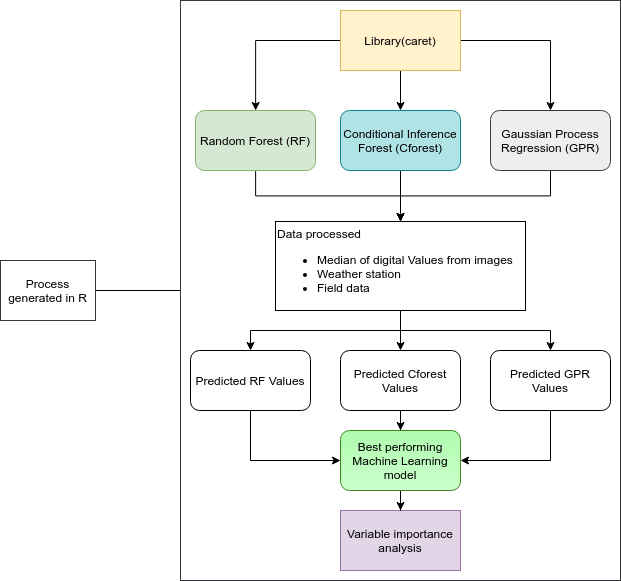
The draw.io diagram Plots/Thesis_R_flowchart.png in diegoalarc/Master_Thesis_EAGLE, before a commit. Source tidied: cells renumbered, new cells last; positions are measured from the earlier drawing's top-left corner, leaving out a move shared by most shapes. The source it was exported from:
```xml
<mxGraphModel>
  <root>
    <mxCell id="0" />
    <mxCell id="1" parent="0" />
    <mxCell id="2" style="edgeStyle=orthogonalEdgeStyle;rounded=0;jettySize=auto;html=1;entryX=0.5;entryY=0;entryDx=0;entryDy=0;strokeColor=#000000;" parent="1" edge="1" source="5" target="9">
      <mxGeometry relative="1" as="geometry" />
    </mxCell>
    <mxCell id="3" style="edgeStyle=orthogonalEdgeStyle;rounded=0;jettySize=auto;html=1;endArrow=classic;endFill=1;" parent="1" edge="1" source="5" target="7">
      <mxGeometry relative="1" as="geometry" />
    </mxCell>
    <mxCell id="4" style="edgeStyle=orthogonalEdgeStyle;rounded=0;jettySize=auto;html=1;entryX=0.5;entryY=0;entryDx=0;entryDy=0;endArrow=classic;endFill=1;" parent="1" edge="1" source="5" target="20">
      <mxGeometry relative="1" as="geometry" />
    </mxCell>
    <mxCell id="5" value="Library(caret)" style="rounded=0;whiteSpace=wrap;html=1;fillColor=#fff2cc;strokeColor=#d6b656;" parent="1" vertex="1">
      <mxGeometry x="340" y="10" width="120" height="60" as="geometry" />
    </mxCell>
    <mxCell id="6" style="edgeStyle=orthogonalEdgeStyle;rounded=0;jettySize=auto;html=1;endArrow=classic;endFill=1;" parent="1" edge="1" source="7" target="13">
      <mxGeometry relative="1" as="geometry" />
    </mxCell>
    <mxCell id="7" value="Random Forest (RF)" style="rounded=1;whiteSpace=wrap;html=1;fillColor=#d5e8d4;strokeColor=#82b366;" parent="1" vertex="1">
      <mxGeometry x="195" y="110" width="120" height="60" as="geometry" />
    </mxCell>
    <mxCell id="8" style="edgeStyle=orthogonalEdgeStyle;rounded=0;jettySize=auto;html=1;endArrow=classic;endFill=1;" parent="1" edge="1" source="9" target="13">
      <mxGeometry relative="1" as="geometry" />
    </mxCell>
    <mxCell id="9" value="Conditional Inference Forest (Cforest)" style="rounded=1;whiteSpace=wrap;html=1;fillColor=#b0e3e6;strokeColor=#0e8088;" parent="1" vertex="1">
      <mxGeometry x="340" y="110" width="120" height="60" as="geometry" />
    </mxCell>
    <mxCell id="10" style="edgeStyle=orthogonalEdgeStyle;rounded=0;jettySize=auto;html=1;endArrow=classic;endFill=1;" parent="1" edge="1" source="13" target="15">
      <mxGeometry relative="1" as="geometry" />
    </mxCell>
    <mxCell id="11" style="edgeStyle=orthogonalEdgeStyle;rounded=0;jettySize=auto;html=1;endArrow=classic;endFill=1;" parent="1" edge="1" source="13" target="22">
      <mxGeometry relative="1" as="geometry" />
    </mxCell>
    <mxCell id="12" style="edgeStyle=orthogonalEdgeStyle;rounded=0;jettySize=auto;html=1;entryX=0.5;entryY=0;entryDx=0;entryDy=0;endArrow=classic;endFill=1;" parent="1" edge="1" source="13" target="17">
      <mxGeometry relative="1" as="geometry" />
    </mxCell>
    <mxCell id="13" value="Data processed &lt;br&gt;&lt;ul&gt;&lt;li&gt;Median of digital Values from images&lt;/li&gt;&lt;li&gt;Weather station&lt;/li&gt;&lt;li&gt;Field data&lt;/li&gt;&lt;/ul&gt;" style="rounded=0;whiteSpace=wrap;html=1;align=left;" parent="1" vertex="1">
      <mxGeometry x="275" y="221" width="250" height="89" as="geometry" />
    </mxCell>
    <mxCell id="14" style="edgeStyle=orthogonalEdgeStyle;rounded=0;jettySize=auto;html=1;entryX=0;entryY=0.5;entryDx=0;entryDy=0;endArrow=classic;endFill=1;exitX=0.5;exitY=1;exitDx=0;exitDy=0;" parent="1" edge="1" source="15" target="24">
      <mxGeometry relative="1" as="geometry" />
    </mxCell>
    <mxCell id="15" value="&lt;span&gt;Predicted RF Values&lt;/span&gt;" style="rounded=1;whiteSpace=wrap;html=1;" parent="1" vertex="1">
      <mxGeometry x="190" y="350" width="120" height="60" as="geometry" />
    </mxCell>
    <mxCell id="16" style="edgeStyle=orthogonalEdgeStyle;rounded=0;jettySize=auto;html=1;endArrow=classic;endFill=1;entryX=1;entryY=0.5;entryDx=0;entryDy=0;" parent="1" edge="1" source="17" target="24">
      <mxGeometry relative="1" as="geometry">
        <Array as="points">
          <mxPoint x="550" y="460" />
        </Array>
      </mxGeometry>
    </mxCell>
    <mxCell id="17" value="Predicted GPR Values" style="rounded=1;whiteSpace=wrap;html=1;" parent="1" vertex="1">
      <mxGeometry x="490" y="350" width="120" height="60" as="geometry" />
    </mxCell>
    <mxCell id="18" value="Variable importance analysis" style="rounded=0;whiteSpace=wrap;html=1;strokeColor=#9673a6;fillColor=#e1d5e7;" parent="1" vertex="1">
      <mxGeometry x="340" y="510" width="120" height="60" as="geometry" />
    </mxCell>
    <mxCell id="19" style="edgeStyle=orthogonalEdgeStyle;rounded=0;jettySize=auto;html=1;endArrow=classic;endFill=1;" parent="1" edge="1" source="20" target="13">
      <mxGeometry relative="1" as="geometry" />
    </mxCell>
    <mxCell id="20" value="Gaussian Process Regression (GPR)" style="rounded=1;whiteSpace=wrap;html=1;fillColor=#eeeeee;strokeColor=#36393d;" parent="1" vertex="1">
      <mxGeometry x="490" y="110" width="120" height="60" as="geometry" />
    </mxCell>
    <mxCell id="21" style="edgeStyle=orthogonalEdgeStyle;rounded=0;jettySize=auto;html=1;endArrow=classic;endFill=1;" parent="1" edge="1" source="22" target="24">
      <mxGeometry relative="1" as="geometry" />
    </mxCell>
    <mxCell id="22" value="&lt;span&gt;Predicted Cforest Values&lt;/span&gt;" style="rounded=1;whiteSpace=wrap;html=1;" parent="1" vertex="1">
      <mxGeometry x="340" y="350" width="120" height="60" as="geometry" />
    </mxCell>
    <mxCell id="23" style="edgeStyle=orthogonalEdgeStyle;rounded=0;jettySize=auto;html=1;endArrow=classic;endFill=1;" parent="1" edge="1" source="24" target="18">
      <mxGeometry relative="1" as="geometry" />
    </mxCell>
    <mxCell id="24" value="&lt;span&gt;Best performing Machine Learning model&lt;/span&gt;" style="rounded=1;whiteSpace=wrap;html=1;strokeColor=#3C8821;fillColor=#B0FCB0;gradientColor=#CCFFCC;gradientDirection=south;align=center;verticalAlign=middle;" parent="1" vertex="1">
      <mxGeometry x="340" y="430" width="120" height="60" as="geometry" />
    </mxCell>
    <mxCell id="25" style="edgeStyle=orthogonalEdgeStyle;rounded=0;jettySize=auto;html=1;endArrow=none;endFill=0;" parent="1" edge="1" source="26" target="27">
      <mxGeometry relative="1" as="geometry" />
    </mxCell>
    <mxCell id="26" style="rounded=0;whiteSpace=wrap;html=1;strokeColor=#36393d;gradientDirection=south;align=right;verticalAlign=middle;fillColor=none;" parent="1" vertex="1">
      <mxGeometry x="180" width="440" height="580" as="geometry" />
    </mxCell>
    <mxCell id="27" value="Process generated in R" style="rounded=0;whiteSpace=wrap;html=1;strokeColor=#36393d;fillColor=none;gradientDirection=south;align=center;verticalAlign=middle;" parent="1" vertex="1">
      <mxGeometry y="260" width="95" height="60" as="geometry" />
    </mxCell>
  </root>
</mxGraphModel>
```
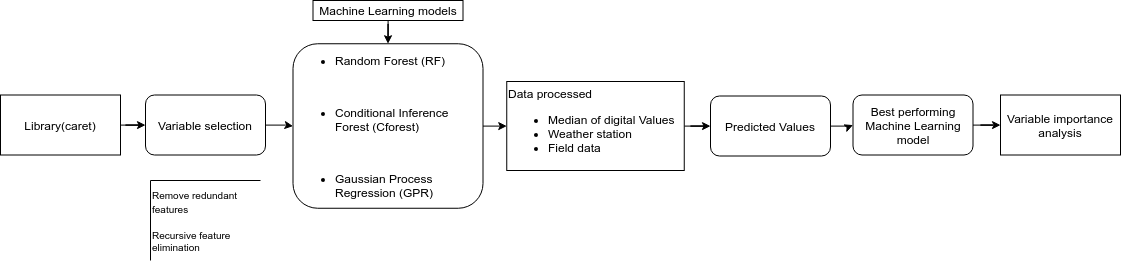
After the commit.

Change to the diagram source:
```diff
@@ -2,87 +2,53 @@
   <root>
     <mxCell id="0" />
     <mxCell id="1" parent="0" />
-    <mxCell id="2" style="edgeStyle=orthogonalEdgeStyle;rounded=0;jettySize=auto;html=1;entryX=0.5;entryY=0;entryDx=0;entryDy=0;strokeColor=#000000;" parent="1" edge="1" source="5" target="9">
+    <mxCell id="2" style="edgeStyle=orthogonalEdgeStyle;rounded=0;jettySize=auto;html=1;" parent="1" edge="1" source="3" target="14">
       <mxGeometry relative="1" as="geometry" />
     </mxCell>
-    <mxCell id="3" style="edgeStyle=orthogonalEdgeStyle;rounded=0;jettySize=auto;html=1;endArrow=classic;endFill=1;" parent="1" edge="1" source="5" target="7">
-      <mxGeometry relative="1" as="geometry" />
+    <mxCell id="3" value="Library(caret)" style="rounded=0;whiteSpace=wrap;html=1;" parent="1" vertex="1">
+      <mxGeometry x="-180" y="314.5" width="120" height="60" as="geometry" />
     </mxCell>
-    <mxCell id="4" style="edgeStyle=orthogonalEdgeStyle;rounded=0;jettySize=auto;html=1;entryX=0.5;entryY=0;entryDx=0;entryDy=0;endArrow=classic;endFill=1;" parent="1" edge="1" source="5" target="20">
+    <mxCell id="4" style="edgeStyle=orthogonalEdgeStyle;rounded=0;jettySize=auto;html=1;" parent="1" edge="1" source="5" target="7">
       <mxGeometry relative="1" as="geometry" />
     </mxCell>
-    <mxCell id="5" value="Library(caret)" style="rounded=0;whiteSpace=wrap;html=1;fillColor=#fff2cc;strokeColor=#d6b656;" parent="1" vertex="1">
-      <mxGeometry x="340" y="10" width="120" height="60" as="geometry" />
+    <mxCell id="5" value="&lt;ul&gt;&lt;li&gt;&lt;span&gt;Random Forest (RF)&lt;/span&gt;&lt;/li&gt;&lt;/ul&gt;&lt;br&gt;&lt;ul&gt;&lt;li&gt;&lt;span&gt;Conditional Inference Forest (Cforest)&lt;/span&gt;&lt;/li&gt;&lt;/ul&gt;&lt;br&gt;&lt;ul&gt;&lt;li&gt;&lt;span&gt;Gaussian Process Regression (GPR)&lt;/span&gt;&lt;/li&gt;&lt;/ul&gt;" style="rounded=1;whiteSpace=wrap;html=1;align=left;" parent="1" vertex="1">
+      <mxGeometry x="112.5" y="263.2" width="190" height="164.5" as="geometry" />
     </mxCell>
-    <mxCell id="6" style="edgeStyle=orthogonalEdgeStyle;rounded=0;jettySize=auto;html=1;endArrow=classic;endFill=1;" parent="1" edge="1" source="7" target="13">
+    <mxCell id="6" style="edgeStyle=orthogonalEdgeStyle;rounded=0;jettySize=auto;html=1;" parent="1" edge="1" source="7" target="10">
       <mxGeometry relative="1" as="geometry" />
     </mxCell>
-    <mxCell id="7" value="Random Forest (RF)" style="rounded=1;whiteSpace=wrap;html=1;fillColor=#d5e8d4;strokeColor=#82b366;" parent="1" vertex="1">
-      <mxGeometry x="195" y="110" width="120" height="60" as="geometry" />
+    <mxCell id="7" value="Data processed &lt;br&gt;&lt;ul&gt;&lt;li&gt;Median of digital Values&lt;/li&gt;&lt;li&gt;Weather station&lt;/li&gt;&lt;li&gt;Field data&lt;/li&gt;&lt;/ul&gt;" style="rounded=0;whiteSpace=wrap;html=1;align=left;" parent="1" vertex="1">
+      <mxGeometry x="326.2" y="301" width="177.5" height="89" as="geometry" />
     </mxCell>
-    <mxCell id="8" style="edgeStyle=orthogonalEdgeStyle;rounded=0;jettySize=auto;html=1;endArrow=classic;endFill=1;" parent="1" edge="1" source="9" target="13">
-      <mxGeometry relative="1" as="geometry" />
+    <mxCell id="8" value="Variable importance analysis" style="rounded=0;whiteSpace=wrap;html=1;" parent="1" vertex="1">
+      <mxGeometry x="820" y="314.5" width="120" height="60" as="geometry" />
     </mxCell>
-    <mxCell id="9" value="Conditional Inference Forest (Cforest)" style="rounded=1;whiteSpace=wrap;html=1;fillColor=#b0e3e6;strokeColor=#0e8088;" parent="1" vertex="1">
-      <mxGeometry x="340" y="110" width="120" height="60" as="geometry" />
+    <mxCell id="9" style="edgeStyle=orthogonalEdgeStyle;rounded=0;jettySize=auto;html=1;" parent="1" edge="1" source="10" target="12">
+      <mxGeometry relative="1" as="geometry" />
     </mxCell>
-    <mxCell id="10" style="edgeStyle=orthogonalEdgeStyle;rounded=0;jettySize=auto;html=1;endArrow=classic;endFill=1;" parent="1" edge="1" source="13" target="15">
-      <mxGeometry relative="1" as="geometry" />
+    <mxCell id="10" value="&lt;span&gt;Predicted Values&lt;/span&gt;" style="rounded=1;whiteSpace=wrap;html=1;" parent="1" vertex="1">
+      <mxGeometry x="530" y="315.5" width="120" height="60" as="geometry" />
     </mxCell>
-    <mxCell id="11" style="edgeStyle=orthogonalEdgeStyle;rounded=0;jettySize=auto;html=1;endArrow=classic;endFill=1;" parent="1" edge="1" source="13" target="22">
+    <mxCell id="11" style="edgeStyle=orthogonalEdgeStyle;rounded=0;jettySize=auto;html=1;endArrow=classic;endFill=1;" parent="1" edge="1" source="12" target="8">
       <mxGeometry relative="1" as="geometry" />
     </mxCell>
-    <mxCell id="12" style="edgeStyle=orthogonalEdgeStyle;rounded=0;jettySize=auto;html=1;entryX=0.5;entryY=0;entryDx=0;entryDy=0;endArrow=classic;endFill=1;" parent="1" edge="1" source="13" target="17">
-      <mxGeometry relative="1" as="geometry" />
+    <mxCell id="12" value="&lt;span&gt;Best performing Machine Learning model&lt;/span&gt;" style="rounded=1;whiteSpace=wrap;html=1;gradientDirection=south;align=center;verticalAlign=middle;" parent="1" vertex="1">
+      <mxGeometry x="672.5" y="314.5" width="120" height="60" as="geometry" />
     </mxCell>
-    <mxCell id="13" value="Data processed &lt;br&gt;&lt;ul&gt;&lt;li&gt;Median of digital Values from images&lt;/li&gt;&lt;li&gt;Weather station&lt;/li&gt;&lt;li&gt;Field data&lt;/li&gt;&lt;/ul&gt;" style="rounded=0;whiteSpace=wrap;html=1;align=left;" parent="1" vertex="1">
-      <mxGeometry x="275" y="221" width="250" height="89" as="geometry" />
+    <mxCell id="13" style="edgeStyle=orthogonalEdgeStyle;rounded=0;jettySize=auto;html=1;" parent="1" edge="1" source="14" target="5">
+      <mxGeometry relative="1" as="geometry" />
     </mxCell>
-    <mxCell id="14" style="edgeStyle=orthogonalEdgeStyle;rounded=0;jettySize=auto;html=1;entryX=0;entryY=0.5;entryDx=0;entryDy=0;endArrow=classic;endFill=1;exitX=0.5;exitY=1;exitDx=0;exitDy=0;" parent="1" edge="1" source="15" target="24">
-      <mxGeometry relative="1" as="geometry" />
+    <mxCell id="14" value="Variable selection" style="rounded=1;whiteSpace=wrap;html=1;" parent="1" vertex="1">
+      <mxGeometry x="-35" y="314.5" width="120" height="60" as="geometry" />
     </mxCell>
-    <mxCell id="15" value="&lt;span&gt;Predicted RF Values&lt;/span&gt;" style="rounded=1;whiteSpace=wrap;html=1;" parent="1" vertex="1">
-      <mxGeometry x="190" y="350" width="120" height="60" as="geometry" />
+    <mxCell id="15" style="edgeStyle=orthogonalEdgeStyle;rounded=0;jettySize=auto;html=1;entryX=0.5;entryY=0;entryDx=0;entryDy=0;" parent="1" edge="1" source="16" target="5">
+      <mxGeometry relative="1" as="geometry" />
     </mxCell>
-    <mxCell id="16" style="edgeStyle=orthogonalEdgeStyle;rounded=0;jettySize=auto;html=1;endArrow=classic;endFill=1;entryX=1;entryY=0.5;entryDx=0;entryDy=0;" parent="1" edge="1" source="17" target="24">
-      <mxGeometry relative="1" as="geometry">
-        <Array as="points">
-          <mxPoint x="550" y="460" />
-        </Array>
-      </mxGeometry>
+    <mxCell id="16" value="Machine Learning models" style="rounded=0;whiteSpace=wrap;html=1;align=center;verticalAlign=middle;" parent="1" vertex="1">
+      <mxGeometry x="132.5" y="220" width="150" height="20" as="geometry" />
     </mxCell>
-    <mxCell id="17" value="Predicted GPR Values" style="rounded=1;whiteSpace=wrap;html=1;" parent="1" vertex="1">
-      <mxGeometry x="490" y="350" width="120" height="60" as="geometry" />
+    <mxCell id="17" value="&lt;div&gt;&lt;span style=&quot;font-size: 10px&quot;&gt;Remove redundant features&lt;/span&gt;&lt;/div&gt;&lt;font&gt;&lt;div&gt;&lt;span style=&quot;font-size: 10px&quot;&gt;&lt;br&gt;&lt;/span&gt;&lt;/div&gt;&lt;span style=&quot;font-size: 10px&quot;&gt;&lt;div&gt;&lt;span&gt;Recursive feature elimination&lt;/span&gt;&lt;/div&gt;&lt;/span&gt;&lt;/font&gt;" style="shape=partialRectangle;whiteSpace=wrap;html=1;bottom=0;right=0;fillColor=none;rounded=1;align=left;verticalAlign=middle;" parent="1" vertex="1">
+      <mxGeometry x="-30" y="400" width="110" height="80" as="geometry" />
     </mxCell>
-    <mxCell id="18" value="Variable importance analysis" style="rounded=0;whiteSpace=wrap;html=1;strokeColor=#9673a6;fillColor=#e1d5e7;" parent="1" vertex="1">
-      <mxGeometry x="340" y="510" width="120" height="60" as="geometry" />
-    </mxCell>
-    <mxCell id="19" style="edgeStyle=orthogonalEdgeStyle;rounded=0;jettySize=auto;html=1;endArrow=classic;endFill=1;" parent="1" edge="1" source="20" target="13">
-      <mxGeometry relative="1" as="geometry" />
-    </mxCell>
-    <mxCell id="20" value="Gaussian Process Regression (GPR)" style="rounded=1;whiteSpace=wrap;html=1;fillColor=#eeeeee;strokeColor=#36393d;" parent="1" vertex="1">
-      <mxGeometry x="490" y="110" width="120" height="60" as="geometry" />
-    </mxCell>
-    <mxCell id="21" style="edgeStyle=orthogonalEdgeStyle;rounded=0;jettySize=auto;html=1;endArrow=classic;endFill=1;" parent="1" edge="1" source="22" target="24">
-      <mxGeometry relative="1" as="geometry" />
-    </mxCell>
-    <mxCell id="22" value="&lt;span&gt;Predicted Cforest Values&lt;/span&gt;" style="rounded=1;whiteSpace=wrap;html=1;" parent="1" vertex="1">
-      <mxGeometry x="340" y="350" width="120" height="60" as="geometry" />
-    </mxCell>
-    <mxCell id="23" style="edgeStyle=orthogonalEdgeStyle;rounded=0;jettySize=auto;html=1;endArrow=classic;endFill=1;" parent="1" edge="1" source="24" target="18">
-      <mxGeometry relative="1" as="geometry" />
-    </mxCell>
-    <mxCell id="24" value="&lt;span&gt;Best performing Machine Learning model&lt;/span&gt;" style="rounded=1;whiteSpace=wrap;html=1;strokeColor=#3C8821;fillColor=#B0FCB0;gradientColor=#CCFFCC;gradientDirection=south;align=center;verticalAlign=middle;" parent="1" vertex="1">
-      <mxGeometry x="340" y="430" width="120" height="60" as="geometry" />
-    </mxCell>
-    <mxCell id="25" style="edgeStyle=orthogonalEdgeStyle;rounded=0;jettySize=auto;html=1;endArrow=none;endFill=0;" parent="1" edge="1" source="26" target="27">
-      <mxGeometry relative="1" as="geometry" />
-    </mxCell>
-    <mxCell id="26" style="rounded=0;whiteSpace=wrap;html=1;strokeColor=#36393d;gradientDirection=south;align=right;verticalAlign=middle;fillColor=none;" parent="1" vertex="1">
-      <mxGeometry x="180" width="440" height="580" as="geometry" />
-    </mxCell>
-    <mxCell id="27" value="Process generated in R" style="rounded=0;whiteSpace=wrap;html=1;strokeColor=#36393d;fillColor=none;gradientDirection=south;align=center;verticalAlign=middle;" parent="1" vertex="1">
-      <mxGeometry y="260" width="95" height="60" as="geometry" />
-    </mxCell>
   </root>
 </mxGraphModel>
```
